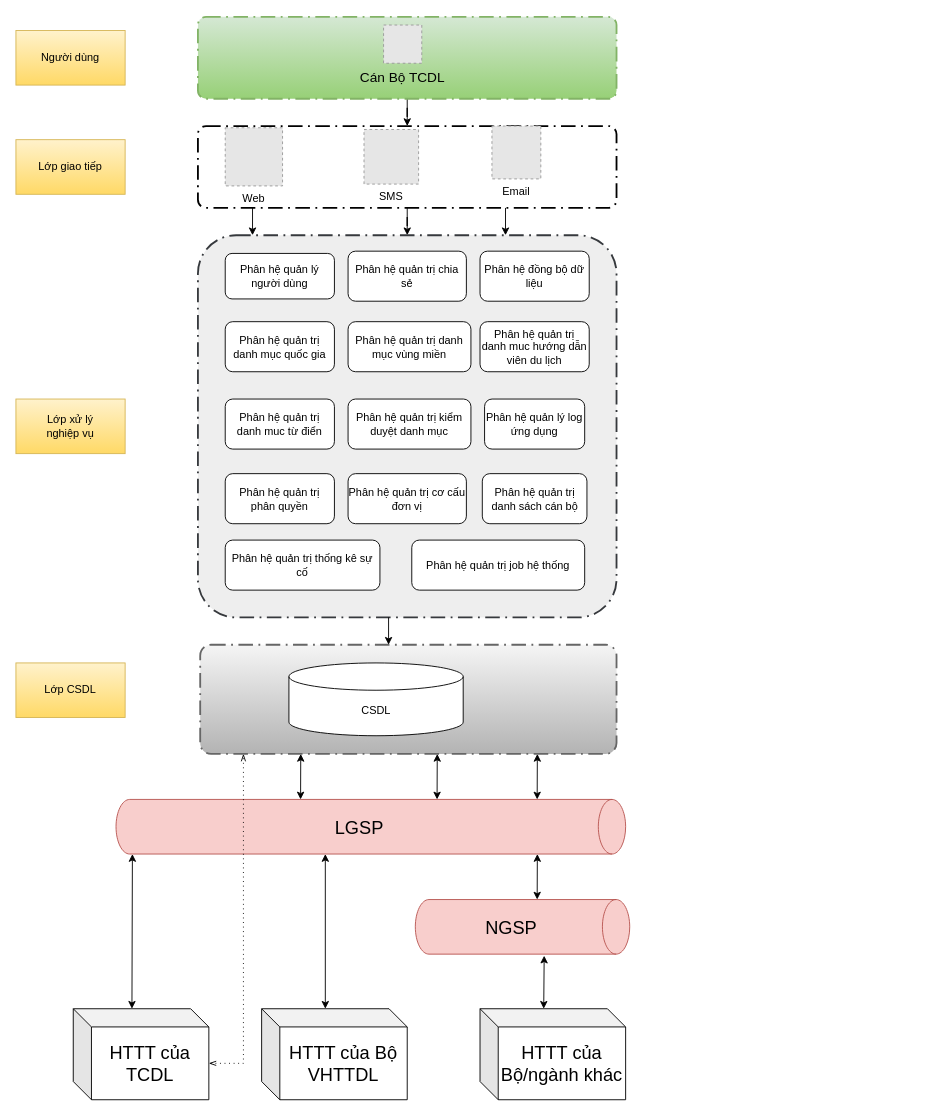
Earlier version of the draw.io diagram page "QUAN_TRI_HE_THONG_DC" (2 of 5) of tcdl.drawio (letheanh12345/Draw-io). Source tidied: cells renumbered, new cells numbered last; positions are measured from the earlier drawing's top-left corner, leaving out a move shared by most shapes. Both pictures are drawn from the tidied source at 91%, with x=0, y=0 at pixel (15, 16). Pictures stored in the file or linked from it are replaced by grey dashed boxes.
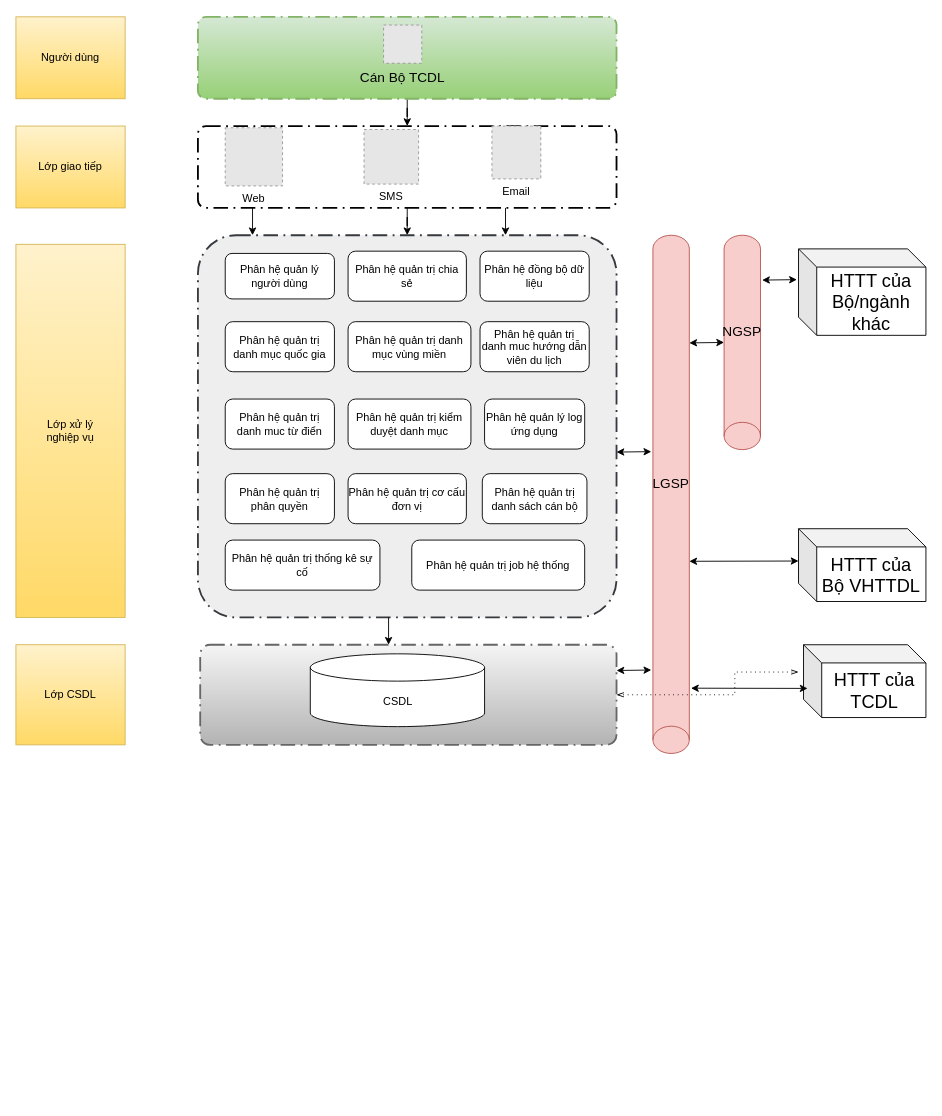
After the change.

Diff of the diagram source:
```diff
@@
     <mxCell id="25" style="points=[[0.25,0,0],[0.5,0,0],[0.75,0,0],[1,0.25,0],[1,0.5,0],[1,0.75,0],[0.75,1,0],[0.5,1,0],[0.25,1,0],[0,0.75,0],[0,0.5,0],[0,0.25,0]];rounded=1;arcSize=10;dashed=1;strokeColor=#666666;fillColor=#f5f5f5;gradientColor=#b3b3b3;dashPattern=8 3 1 3;strokeWidth=2;fontStyle=1;fontSize=20;" parent="1" vertex="1">
-      <mxGeometry x="202.5" y="690" width="457.5" height="120" as="geometry" />
+      <mxGeometry x="202.5" y="690" width="457.5" height="110" as="geometry" />
     </mxCell>
     <mxCell id="26" value="CSDL" style="shape=cylinder3;whiteSpace=wrap;html=1;boundedLbl=1;backgroundOutline=1;size=15;" parent="1" vertex="1">
-      <mxGeometry x="300" y="710" width="191.5" height="80" as="geometry" />
+      <mxGeometry x="323.5" y="700" width="191.5" height="80" as="geometry" />
     </mxCell>
     <mxCell id="27" value="Người dùng" style="rounded=0;whiteSpace=wrap;html=1;fillColor=#fff2cc;gradientColor=#ffd966;strokeColor=#d6b656;" parent="1" vertex="1">
-      <mxGeometry y="15" width="120" height="60" as="geometry" />
+      <mxGeometry width="120" height="90" as="geometry" />
     </mxCell>
     <mxCell id="28" value="Lớp giao tiếp" style="rounded=0;whiteSpace=wrap;html=1;fillColor=#fff2cc;gradientColor=#ffd966;strokeColor=#d6b656;" parent="1" vertex="1">
-      <mxGeometry y="135" width="120" height="60" as="geometry" />
+      <mxGeometry y="120" width="120" height="90" as="geometry" />
     </mxCell>
     <mxCell id="29" value="Lớp xử lý &lt;br&gt;nghiệp vụ" style="rounded=0;whiteSpace=wrap;html=1;fillColor=#fff2cc;gradientColor=#ffd966;strokeColor=#d6b656;" parent="1" vertex="1">
-      <mxGeometry y="420" width="120" height="60" as="geometry" />
+      <mxGeometry y="250" width="120" height="410" as="geometry" />
     </mxCell>
     <mxCell id="30" value="Lớp CSDL" style="rounded=0;whiteSpace=wrap;html=1;fillColor=#fff2cc;gradientColor=#ffd966;strokeColor=#d6b656;" parent="1" vertex="1">
-      <mxGeometry y="710" width="120" height="60" as="geometry" />
+      <mxGeometry y="690" width="120" height="110" as="geometry" />
     </mxCell>
@@
-    <mxCell id="34" value="&lt;font style=&quot;font-size: 20px;&quot;&gt;LGSP&lt;/font&gt;" style="shape=cylinder3;whiteSpace=wrap;html=1;boundedLbl=1;backgroundOutline=1;size=15;direction=south;fillColor=#f8cecc;strokeColor=#b85450;" parent="1" vertex="1">
-      <mxGeometry x="110" y="860" width="560" height="60" as="geometry" />
+    <mxCell id="34" value="&lt;font style=&quot;font-size: 15px;&quot;&gt;LGSP&lt;/font&gt;" style="shape=cylinder3;whiteSpace=wrap;html=1;boundedLbl=1;backgroundOutline=1;size=15;direction=west;fillColor=#f8cecc;strokeColor=#b85450;" parent="1" vertex="1">
+      <mxGeometry x="700" y="240" width="40" height="569.5" as="geometry" />
     </mxCell>
     <mxCell id="35" value="HTTT của TCDL" style="shape=cube;whiteSpace=wrap;html=1;boundedLbl=1;backgroundOutline=1;darkOpacity=0.05;darkOpacity2=0.1;fontSize=20;" parent="1" vertex="1">
-      <mxGeometry x="63" y="1090" width="149" height="100" as="geometry" />
+      <mxGeometry x="865.5" y="690" width="134.5" height="80" as="geometry" />
     </mxCell>
     <mxCell id="36" value="HTTT của Bộ VHTTDL" style="shape=cube;whiteSpace=wrap;html=1;boundedLbl=1;backgroundOutline=1;darkOpacity=0.05;darkOpacity2=0.1;fontSize=20;" parent="1" vertex="1">
-      <mxGeometry x="270" y="1090" width="160" height="100" as="geometry" />
+      <mxGeometry x="860" y="562.5" width="140" height="80" as="geometry" />
     </mxCell>
     <mxCell id="37" value="HTTT của Bộ/ngành khác" style="shape=cube;whiteSpace=wrap;html=1;boundedLbl=1;backgroundOutline=1;darkOpacity=0.05;darkOpacity2=0.1;fontSize=20;" parent="1" vertex="1">
-      <mxGeometry x="510" y="1090" width="160" height="100" as="geometry" />
+      <mxGeometry x="860" y="255" width="140" height="95" as="geometry" />
     </mxCell>
-    <mxCell id="38" value="&lt;font style=&quot;font-size: 20px;&quot;&gt;NGSP&lt;/font&gt;" style="shape=cylinder3;whiteSpace=wrap;html=1;boundedLbl=1;backgroundOutline=1;size=15;direction=south;fillColor=#f8cecc;strokeColor=#b85450;" parent="1" vertex="1">
-      <mxGeometry x="438.9" y="970" width="235.6" height="60" as="geometry" />
+    <mxCell id="38" value="&lt;font style=&quot;font-size: 15px;&quot;&gt;NGSP&lt;/font&gt;" style="shape=cylinder3;whiteSpace=wrap;html=1;boundedLbl=1;backgroundOutline=1;size=15;direction=west;fillColor=#f8cecc;strokeColor=#b85450;" parent="1" vertex="1">
+      <mxGeometry x="778.2" y="240" width="40" height="235.6" as="geometry" />
     </mxCell>
-    <mxCell id="39" style="endArrow=classic;startArrow=classic;html=1;rounded=0;fontSize=20;exitX=0.167;exitY=0.78;exitDx=0;exitDy=0;exitPerimeter=0;" parent="1" edge="1">
-      <mxGeometry relative="1" as="geometry">
-        <mxPoint x="312.8" y="860" as="sourcePoint" />
-        <mxPoint x="313" y="810" as="targetPoint" />
-      </mxGeometry>
-    </mxCell>
-    <mxCell id="40" style="endArrow=classic;startArrow=classic;html=1;rounded=0;fontSize=20;exitX=0.167;exitY=0.78;exitDx=0;exitDy=0;exitPerimeter=0;" parent="1" edge="1">
-      <mxGeometry relative="1" as="geometry">
-        <mxPoint x="462.8" y="860" as="sourcePoint" />
-        <mxPoint x="463" y="810" as="targetPoint" />
-      </mxGeometry>
-    </mxCell>
-    <mxCell id="41" style="endArrow=classic;startArrow=classic;html=1;rounded=0;fontSize=20;exitX=0.167;exitY=0.78;exitDx=0;exitDy=0;exitPerimeter=0;" parent="1" edge="1">
-      <mxGeometry relative="1" as="geometry">
-        <mxPoint x="572.8" y="860" as="sourcePoint" />
-        <mxPoint x="573" y="810" as="targetPoint" />
-      </mxGeometry>
-    </mxCell>
-    <mxCell id="42" style="endArrow=classic;startArrow=classic;html=1;rounded=0;fontSize=20;exitX=0.167;exitY=0.78;exitDx=0;exitDy=0;exitPerimeter=0;" parent="1" edge="1">
+    <mxCell id="42" style="endArrow=classic;startArrow=classic;html=1;rounded=0;fontSize=20;exitX=-0.046;exitY=0.204;exitDx=0;exitDy=0;exitPerimeter=0;entryX=1;entryY=0.5;entryDx=0;entryDy=0;entryPerimeter=0;" parent="1" edge="1" target="38">
       <mxGeometry relative="1" as="geometry">
-        <mxPoint x="572.8" y="970" as="sourcePoint" />
-        <mxPoint x="573" y="920" as="targetPoint" />
+        <mxPoint x="740" y="358.3" as="sourcePoint" />
       </mxGeometry>
     </mxCell>
-    <mxCell id="43" style="endArrow=classic;startArrow=classic;html=1;rounded=0;fontSize=20;exitX=0;exitY=0;exitDx=70;exitDy=0;exitPerimeter=0;entryX=1.028;entryY=0.399;entryDx=0;entryDy=0;entryPerimeter=0;" parent="1" edge="1" source="37" target="38">
-      <mxGeometry relative="1" as="geometry" />
-    </mxCell>
-    <mxCell id="44" style="endArrow=classic;startArrow=classic;html=1;rounded=0;fontSize=20;exitX=0;exitY=0;exitDx=64.5;exitDy=0;exitPerimeter=0;" parent="1" edge="1" source="35">
-      <mxGeometry relative="1" as="geometry">
-        <mxPoint x="128" y="920" as="targetPoint" />
-      </mxGeometry>
-    </mxCell>
-    <mxCell id="45" style="endArrow=classic;startArrow=classic;html=1;rounded=0;fontSize=20;exitX=0;exitY=0;exitDx=70;exitDy=0;exitPerimeter=0;" parent="1" edge="1" source="36">
-      <mxGeometry relative="1" as="geometry">
-        <mxPoint x="340" y="920" as="targetPoint" />
-      </mxGeometry>
-    </mxCell>
-    <mxCell id="46" style="edgeStyle=elbowEdgeStyle;fontSize=12;html=1;endFill=0;startFill=0;endSize=6;startSize=6;dashed=1;dashPattern=1 4;endArrow=openThin;startArrow=openThin;rounded=0;exitX=0;exitY=0;exitDx=149;exitDy=60;exitPerimeter=0;entryX=0.125;entryY=1;entryDx=0;entryDy=0;entryPerimeter=0;" parent="1" edge="1" source="35">
-      <mxGeometry relative="1" as="geometry">
-        <mxPoint x="250" y="810" as="targetPoint" />
-        <Array as="points">
-          <mxPoint x="250" y="930" />
-          <mxPoint x="180" y="1080" />
-        </Array>
-      </mxGeometry>
-    </mxCell>
@@
+    <mxCell id="48" style="endArrow=classic;startArrow=classic;html=1;rounded=0;fontSize=20;exitX=-0.046;exitY=0.204;exitDx=0;exitDy=0;exitPerimeter=0;entryX=1;entryY=0.5;entryDx=0;entryDy=0;entryPerimeter=0;" parent="1" edge="1">
+      <mxGeometry relative="1" as="geometry">
+        <mxPoint x="820" y="289.3" as="sourcePoint" />
+        <mxPoint x="858.2" y="288.8" as="targetPoint" />
+      </mxGeometry>
+    </mxCell>
+    <mxCell id="49" style="endArrow=classic;startArrow=classic;html=1;rounded=0;fontSize=20;exitX=-0.046;exitY=0.204;exitDx=0;exitDy=0;exitPerimeter=0;" parent="1" edge="1">
+      <mxGeometry relative="1" as="geometry">
+        <mxPoint x="740" y="598.3" as="sourcePoint" />
+        <mxPoint x="860" y="598" as="targetPoint" />
+      </mxGeometry>
+    </mxCell>
+    <mxCell id="50" style="endArrow=classic;startArrow=classic;html=1;rounded=0;fontSize=20;exitX=-0.046;exitY=0.126;exitDx=0;exitDy=0;exitPerimeter=0;entryX=0.033;entryY=0.6;entryDx=0;entryDy=0;entryPerimeter=0;" parent="1" edge="1" source="34" target="35">
+      <mxGeometry relative="1" as="geometry" />
+    </mxCell>
+    <mxCell id="51" style="edgeStyle=elbowEdgeStyle;fontSize=12;html=1;endFill=0;startFill=0;endSize=6;startSize=6;dashed=1;dashPattern=1 4;endArrow=openThin;startArrow=openThin;rounded=0;exitX=1;exitY=0.5;exitDx=0;exitDy=0;exitPerimeter=0;" parent="1" edge="1" source="25">
+      <mxGeometry relative="1" as="geometry">
+        <mxPoint x="860" y="720" as="targetPoint" />
+        <Array as="points">
+          <mxPoint x="790" y="730" />
+          <mxPoint x="688" y="1020" />
+        </Array>
+      </mxGeometry>
+    </mxCell>
+    <mxCell id="52" style="endArrow=classic;startArrow=classic;html=1;rounded=0;fontSize=20;exitX=-0.046;exitY=0.204;exitDx=0;exitDy=0;exitPerimeter=0;entryX=1;entryY=0.5;entryDx=0;entryDy=0;entryPerimeter=0;" parent="1" edge="1">
+      <mxGeometry relative="1" as="geometry">
+        <mxPoint x="660" y="718.3" as="sourcePoint" />
+        <mxPoint x="698.2" y="717.8" as="targetPoint" />
+      </mxGeometry>
+    </mxCell>
+    <mxCell id="53" style="endArrow=classic;startArrow=classic;html=1;rounded=0;fontSize=20;exitX=-0.046;exitY=0.204;exitDx=0;exitDy=0;exitPerimeter=0;entryX=1;entryY=0.5;entryDx=0;entryDy=0;entryPerimeter=0;" parent="1" edge="1">
+      <mxGeometry relative="1" as="geometry">
+        <mxPoint x="660" y="478.3" as="sourcePoint" />
+        <mxPoint x="698.2" y="477.8" as="targetPoint" />
+      </mxGeometry>
+    </mxCell>
```
